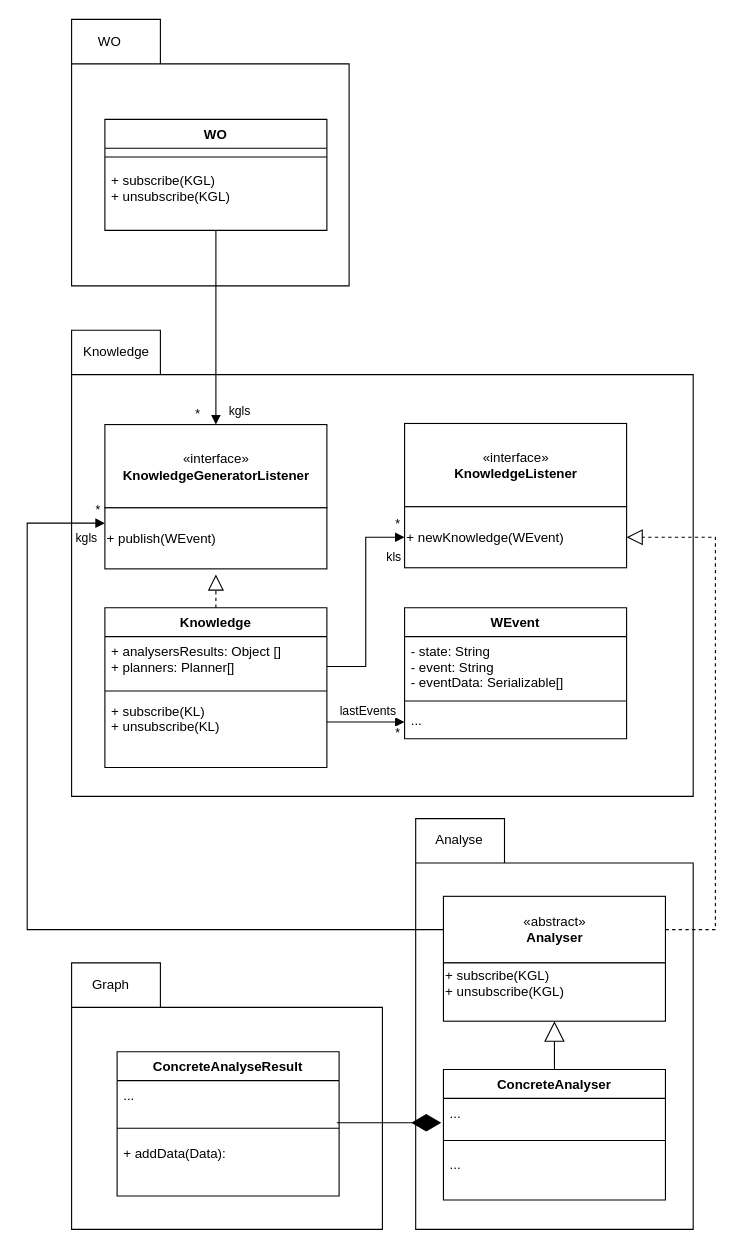
Before: fig/drawio/static_model_MAK.drawio in Sylv-Lej/thesis-separation-concerns, a draw.io diagram. Source tidied: cells renumbered, new cells numbered last; positions are measured from the earlier drawing's top-left corner, leaving out a move shared by most shapes. Both pictures are drawn from the tidied source at 111%, with x=0, y=0 at pixel (27, 19).
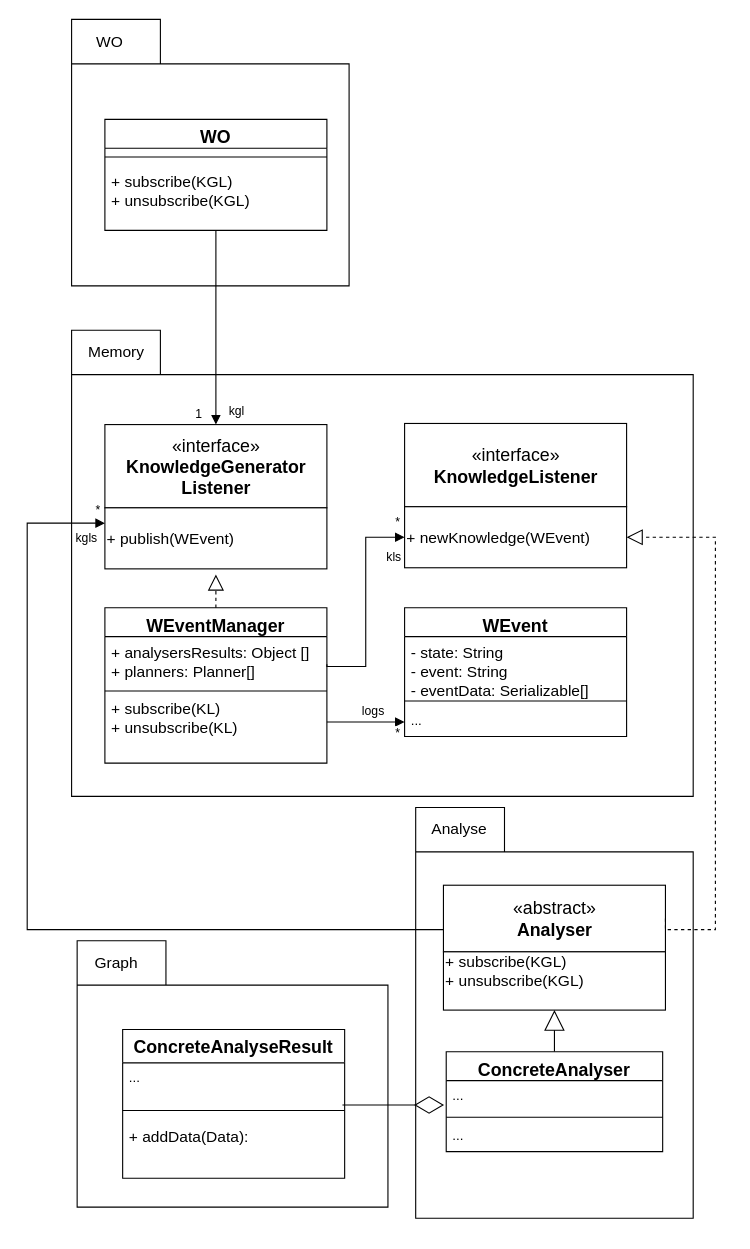
Above is the later version.

Unchanged cells that the change refers to:
```xml
<mxCell id="10" style="group;" parent="1" vertex="1">
  <mxGeometry x="40" y="280" width="560" height="420" as="geometry" />
</mxCell>
<mxCell id="17" style="group;" parent="1" vertex="1">
  <mxGeometry x="70" y="365" width="200" height="130" as="geometry" />
</mxCell>
<mxCell id="24" style="group;" parent="1" vertex="1">
  <mxGeometry x="340" y="364" width="200" height="130" as="geometry" />
</mxCell>
<mxCell id="30" style="group;" parent="27" vertex="1">
  <mxGeometry x="25" y="70" width="200" height="112.5" as="geometry" />
</mxCell>
```

Diff of the diagram source:
```diff
@@
     <mxCell id="2" style="group;" parent="1" vertex="1">
-      <mxGeometry x="90" y="748.8" width="280" height="240" as="geometry" />
+      <mxGeometry x="45" y="830" width="280" height="240" as="geometry" />
     </mxCell>
     <mxCell id="3" style="group;" parent="2" vertex="1">
-      <mxGeometry x="-50" y="101.2" width="280" height="240" as="geometry" />
+      <mxGeometry width="280" height="240" as="geometry" />
     </mxCell>
@@
-    <mxCell id="5" value="Graph" style="text;html=1;align=center;verticalAlign=middle;strokeColor=none;" parent="3" vertex="1">
+    <mxCell id="5" value="&lt;font style=&quot;font-size: 14px&quot;&gt;Graph&lt;/font&gt;" style="text;html=1;align=center;verticalAlign=middle;strokeColor=none;" parent="3" vertex="1">
       <mxGeometry x="10" y="10" width="50" height="20" as="geometry" />
     </mxCell>
-    <mxCell id="6" value="ConcreteAnalyseResult" style="swimlane;fontStyle=1;align=center;verticalAlign=top;horizontal=1;startSize=26;" parent="3" vertex="1">
-      <mxGeometry x="41" y="80" width="200" height="130" as="geometry" />
+    <mxCell id="6" value="ConcreteAnalyseResult" style="swimlane;fontStyle=1;align=center;verticalAlign=top;horizontal=1;startSize=30;fontSize=16;" parent="3" vertex="1">
+      <mxGeometry x="41" y="80" width="200" height="134" as="geometry" />
     </mxCell>
     <mxCell id="7" value="..." style="text;strokeColor=none;fillColor=none;align=left;verticalAlign=top;spacingLeft=4;spacingRight=4;overflow=hidden;points=[[0,0.5],[1,0.5]];portConstraint=eastwest;" parent="6" vertex="1">
-      <mxGeometry y="26" width="200" height="34" as="geometry" />
+      <mxGeometry y="30" width="200" height="34" as="geometry" />
     </mxCell>
     <mxCell id="8" style="line;strokeWidth=1;fillColor=none;align=left;verticalAlign=middle;spacingTop=-1;spacingLeft=3;spacingRight=3;labelPosition=right;" parent="6" vertex="1">
-      <mxGeometry y="60" width="200" height="18" as="geometry" />
+      <mxGeometry y="64" width="200" height="18" as="geometry" />
     </mxCell>
-    <mxCell id="9" value="+ addData(Data):" style="text;strokeColor=none;fillColor=none;align=left;verticalAlign=top;spacingLeft=4;spacingRight=4;overflow=hidden;" parent="6" vertex="1">
-      <mxGeometry y="78" width="200" height="52" as="geometry" />
+    <mxCell id="9" value="+ addData(Data):" style="text;strokeColor=none;fillColor=none;align=left;verticalAlign=top;spacingLeft=4;spacingRight=4;overflow=hidden;fontSize=14;" parent="6" vertex="1">
+      <mxGeometry y="82" width="200" height="52" as="geometry" />
     </mxCell>
@@
-    <mxCell id="12" value="Knowledge" style="text;html=1;align=center;verticalAlign=middle;strokeColor=none;" parent="10" vertex="1">
+    <mxCell id="12" value="&lt;font style=&quot;font-size: 14px&quot;&gt;Memory&lt;/font&gt;" style="text;html=1;align=center;verticalAlign=middle;strokeColor=none;" parent="10" vertex="1">
       <mxGeometry x="5" y="10" width="70" height="20" as="geometry" />
     </mxCell>
@@
-    <mxCell id="14" value="Knowledge" style="swimlane;fontStyle=1;align=center;verticalAlign=top;horizontal=1;startSize=26;" parent="1" vertex="1">
-      <mxGeometry x="70" y="530" width="200" height="144" as="geometry" />
+    <mxCell id="14" value="WEventManager" style="swimlane;fontStyle=1;align=center;verticalAlign=top;horizontal=1;startSize=26;fontSize=16;" parent="1" vertex="1">
+      <mxGeometry x="70" y="530" width="200" height="140" as="geometry" />
     </mxCell>
-    <mxCell id="15" value="+ analysersResults: Object []&#10;+ planners: Planner[]" style="text;strokeColor=none;fillColor=none;align=left;verticalAlign=top;spacingLeft=4;spacingRight=4;overflow=hidden;points=[[0,0.5],[1,0.5]];portConstraint=eastwest;" parent="14" vertex="1">
-      <mxGeometry y="26" width="200" height="54" as="geometry" />
+    <mxCell id="15" value="+ analysersResults: Object []&#10;+ planners: Planner[]" style="text;strokeColor=none;fillColor=none;align=left;verticalAlign=top;spacingLeft=4;spacingRight=4;overflow=hidden;points=[[0,0.5],[1,0.5]];portConstraint=eastwest;fontSize=14;" parent="14" vertex="1">
+      <mxGeometry y="26" width="200" height="50" as="geometry" />
     </mxCell>
-    <mxCell id="16" value="+ subscribe(KL)&#10;+ unsubscribe(KL)&#10;" style="text;strokeColor=none;fillColor=none;align=left;verticalAlign=top;spacingLeft=4;spacingRight=4;overflow=hidden;" parent="14" vertex="1">
-      <mxGeometry y="80" width="200" height="64" as="geometry" />
+    <mxCell id="16" value="+ subscribe(KL)&#10;+ unsubscribe(KL)&#10;" style="text;strokeColor=none;fillColor=none;align=left;verticalAlign=top;spacingLeft=4;spacingRight=4;overflow=hidden;fontSize=14;" parent="14" vertex="1">
+      <mxGeometry y="76" width="200" height="64" as="geometry" />
     </mxCell>
@@
-    <mxCell id="18" value="«interface»&lt;br&gt;&lt;span style=&quot;font-weight: 700&quot;&gt;KnowledgeGeneratorListener&lt;/span&gt;" style="html=1;" parent="17" vertex="1">
+    <mxCell id="18" value="&lt;font style=&quot;font-size: 16px&quot;&gt;«interface»&lt;br&gt;&lt;span style=&quot;font-weight: 700&quot;&gt;KnowledgeGenerator&lt;br&gt;Listener&lt;/span&gt;&lt;/font&gt;" style="html=1;" parent="17" vertex="1">
       <mxGeometry width="200" height="75" as="geometry" />
     </mxCell>
-    <mxCell id="19" value="+ publish(WEvent)" style="html=1;align=left;" parent="17" vertex="1">
+    <mxCell id="19" value="&lt;font style=&quot;font-size: 14px&quot;&gt;+ publish(WEvent)&lt;/font&gt;" style="html=1;align=left;" parent="17" vertex="1">
       <mxGeometry y="75" width="200" height="55" as="geometry" />
     </mxCell>
-    <mxCell id="20" value="WEvent" style="swimlane;fontStyle=1;align=center;verticalAlign=top;horizontal=1;startSize=26;" parent="1" vertex="1">
-      <mxGeometry x="340" y="530" width="200" height="118" as="geometry" />
+    <mxCell id="20" value="WEvent" style="swimlane;fontStyle=1;align=center;verticalAlign=top;horizontal=1;startSize=26;fontSize=16;" parent="1" vertex="1">
+      <mxGeometry x="340" y="530" width="200" height="116" as="geometry" />
     </mxCell>
-    <mxCell id="21" value="- state: String&#10;- event: String&#10;- eventData: Serializable[]" style="text;strokeColor=none;fillColor=none;align=left;verticalAlign=top;spacingLeft=4;spacingRight=4;overflow=hidden;" parent="20" vertex="1">
+    <mxCell id="21" value="- state: String&#10;- event: String&#10;- eventData: Serializable[]" style="text;strokeColor=none;fillColor=none;align=left;verticalAlign=top;spacingLeft=4;spacingRight=4;overflow=hidden;fontSize=14;" parent="20" vertex="1">
       <mxGeometry y="26" width="200" height="54" as="geometry" />
     </mxCell>
@@
     <mxCell id="23" value="..." style="text;strokeColor=none;fillColor=none;align=left;verticalAlign=top;spacingLeft=4;spacingRight=4;overflow=hidden;" parent="20" vertex="1">
-      <mxGeometry y="88" width="200" height="30" as="geometry" />
+      <mxGeometry y="88" width="200" height="28" as="geometry" />
     </mxCell>
@@
-    <mxCell id="25" value="«interface»&lt;br&gt;&lt;span style=&quot;font-weight: 700&quot;&gt;KnowledgeListener&lt;/span&gt;" style="html=1;" parent="24" vertex="1">
+    <mxCell id="25" value="&lt;font style=&quot;font-size: 16px&quot;&gt;«interface»&lt;br&gt;&lt;span style=&quot;font-weight: 700&quot;&gt;KnowledgeListener&lt;/span&gt;&lt;/font&gt;" style="html=1;" parent="24" vertex="1">
       <mxGeometry width="200" height="75" as="geometry" />
     </mxCell>
-    <mxCell id="26" value="+ newKnowledge(WEvent)" style="html=1;align=left;" parent="24" vertex="1">
+    <mxCell id="26" value="&lt;font style=&quot;font-size: 14px&quot;&gt;+ newKnowledge(WEvent)&lt;/font&gt;" style="html=1;align=left;" parent="24" vertex="1">
       <mxGeometry y="75" width="200" height="55" as="geometry" />
     </mxCell>
     <mxCell id="27" style="group;" parent="1" vertex="1">
-      <mxGeometry x="350" y="720" width="250" height="370" as="geometry" />
+      <mxGeometry x="350" y="710" width="250" height="370" as="geometry" />
     </mxCell>
@@
-    <mxCell id="29" value="Analyse" style="text;html=1;align=center;verticalAlign=middle;strokeColor=none;" parent="27" vertex="1">
-      <mxGeometry x="8.9" y="8.8" width="60" height="20" as="geometry" />
+    <mxCell id="29" value="&lt;font style=&quot;font-size: 14px&quot;&gt;Analyse&lt;/font&gt;" style="text;html=1;align=center;verticalAlign=middle;strokeColor=none;" parent="27" vertex="1">
+      <mxGeometry x="3.9" y="8.8" width="70" height="20" as="geometry" />
     </mxCell>
@@
-    <mxCell id="31" value="«abstract»&lt;br&gt;&lt;span style=&quot;font-weight: 700&quot;&gt;Analyser&lt;/span&gt;" style="html=1;" parent="30" vertex="1">
+    <mxCell id="31" value="&lt;font style=&quot;font-size: 16px&quot;&gt;«abstract»&lt;br&gt;&lt;span style=&quot;font-weight: 700&quot;&gt;Analyser&lt;/span&gt;&lt;/font&gt;" style="html=1;" parent="30" vertex="1">
       <mxGeometry width="200" height="60" as="geometry" />
     </mxCell>
-    <mxCell id="32" value="+ subscribe(KGL)&lt;br style=&quot;padding: 0px ; margin: 0px&quot;&gt;+ unsubscribe(KGL)&lt;div style=&quot;padding: 0px ; margin: 0px&quot;&gt;&lt;br style=&quot;padding: 0px ; margin: 0px&quot;&gt;&lt;/div&gt;" style="html=1;align=left;" parent="30" vertex="1">
+    <mxCell id="32" value="&lt;font style=&quot;font-size: 14px&quot;&gt;+ subscribe(KGL)&lt;br style=&quot;padding: 0px ; margin: 0px&quot;&gt;+ unsubscribe(KGL)&lt;/font&gt;&lt;div style=&quot;padding: 0px ; margin: 0px ; font-size: 14px&quot;&gt;&lt;br style=&quot;padding: 0px ; margin: 0px&quot;&gt;&lt;/div&gt;" style="html=1;align=left;" parent="30" vertex="1">
       <mxGeometry y="60" width="200" height="52.5" as="geometry" />
     </mxCell>
+    <mxCell id="37" style="endArrow=block;endSize=16;endFill=0;html=1;rounded=0;exitX=0.5;exitY=0;exitDx=0;exitDy=0;entryX=0.5;entryY=1;entryDx=0;entryDy=0;" parent="27" edge="1" source="33" target="32">
+      <mxGeometry relative="1" as="geometry" />
+    </mxCell>
-    <mxCell id="33" value="ConcreteAnalyser" style="swimlane;fontStyle=1;align=center;verticalAlign=top;horizontal=1;startSize=26;" parent="27" vertex="1">
-      <mxGeometry x="25" y="226" width="200" height="117.6" as="geometry" />
+    <mxCell id="33" value="ConcreteAnalyser" style="swimlane;fontStyle=1;align=center;verticalAlign=top;horizontal=1;startSize=26;fontSize=16;" parent="27" vertex="1">
+      <mxGeometry x="27.5" y="220" width="195" height="90" as="geometry" />
     </mxCell>
     <mxCell id="34" value="..." style="text;strokeColor=none;fillColor=none;align=left;verticalAlign=top;spacingLeft=4;spacingRight=4;overflow=hidden;points=[[0,0.5],[1,0.5]];portConstraint=eastwest;" parent="33" vertex="1">
-      <mxGeometry y="26" width="200" height="30" as="geometry" />
+      <mxGeometry y="26" width="195" height="30" as="geometry" />
     </mxCell>
     <mxCell id="35" style="line;strokeWidth=1;fillColor=none;align=left;verticalAlign=middle;spacingTop=-1;spacingLeft=3;spacingRight=3;labelPosition=right;" parent="33" vertex="1">
-      <mxGeometry y="56" width="200" height="15.9" as="geometry" />
+      <mxGeometry y="56" width="195" height="6" as="geometry" />
     </mxCell>
     <mxCell id="36" value="..." style="text;strokeColor=none;fillColor=none;align=left;verticalAlign=top;spacingLeft=4;spacingRight=4;overflow=hidden;" parent="33" vertex="1">
-      <mxGeometry y="71.8" width="200" height="45.8" as="geometry" />
+      <mxGeometry y="61.9" width="195" height="28.1" as="geometry" />
     </mxCell>
-    <mxCell id="37" style="endArrow=block;endSize=16;endFill=0;html=1;rounded=0;exitX=0.5;exitY=0;exitDx=0;exitDy=0;" parent="27" edge="1" source="33" target="32">
-      <mxGeometry relative="1" as="geometry" />
-    </mxCell>
@@
-    <mxCell id="39" value="WO" style="text;html=1;align=center;verticalAlign=middle;strokeColor=none;" parent="1" vertex="1">
+    <mxCell id="39" value="&lt;font style=&quot;font-size: 14px&quot;&gt;WO&lt;/font&gt;" style="text;html=1;align=center;verticalAlign=middle;strokeColor=none;" parent="1" vertex="1">
       <mxGeometry x="54" y="10" width="40" height="20" as="geometry" />
     </mxCell>
-    <mxCell id="40" value="WO" style="swimlane;fontStyle=1;align=center;verticalAlign=top;horizontal=1;startSize=26;" parent="1" vertex="1">
+    <mxCell id="40" value="WO" style="swimlane;fontStyle=1;align=center;verticalAlign=top;horizontal=1;startSize=26;fontSize=16;" parent="1" vertex="1">
       <mxGeometry x="70" y="90" width="200" height="100" as="geometry" />
     </mxCell>
@@
-    <mxCell id="42" value="+ subscribe(KGL)&#10;+ unsubscribe(KGL)&#10;" style="text;strokeColor=none;fillColor=none;align=left;verticalAlign=top;spacingLeft=4;spacingRight=4;overflow=hidden;" parent="40" vertex="1">
+    <mxCell id="42" value="+ subscribe(KGL)&#10;+ unsubscribe(KGL)&#10;" style="text;strokeColor=none;fillColor=none;align=left;verticalAlign=top;spacingLeft=4;spacingRight=4;overflow=hidden;fontSize=14;" parent="40" vertex="1">
       <mxGeometry y="41.9" width="200" height="58.2" as="geometry" />
     </mxCell>
-    <mxCell id="43" value="kgls" style="endArrow=block;endFill=1;html=1;align=left;verticalAlign=top;rounded=0;entryX=0.5;entryY=0;entryDx=0;entryDy=0;" parent="1" edge="1" target="18">
+    <mxCell id="43" value="kgl" style="endArrow=block;endFill=1;html=1;align=left;verticalAlign=top;rounded=0;entryX=0.5;entryY=0;entryDx=0;entryDy=0;" parent="1" edge="1" target="18">
       <mxGeometry x="0.71" y="10" relative="1" as="geometry">
         <mxPoint x="170" y="190" as="sourcePoint" />
       </mxGeometry>
     </mxCell>
-    <mxCell id="44" value="*" style="edgeLabel;html=1;align=left;verticalAlign=bottom;" parent="43" vertex="1">
+    <mxCell id="44" value="1" style="edgeLabel;html=1;align=left;verticalAlign=bottom;" parent="43" vertex="1">
       <mxGeometry x="-1" relative="1" as="geometry">
         <mxPoint x="-20" y="174" as="offset" />
       </mxGeometry>
     </mxCell>
@@
-    <mxCell id="51" value="lastEvents" style="endArrow=block;endFill=1;html=1;align=left;verticalAlign=top;rounded=0;entryX=0;entryY=0.5;entryDx=0;entryDy=0;" parent="1" edge="1">
-      <mxGeometry x="-0.71" y="23" relative="1" as="geometry">
+    <mxCell id="51" value="logs" style="endArrow=block;endFill=1;html=1;align=left;verticalAlign=top;rounded=0;entryX=0;entryY=0.5;entryDx=0;entryDy=0;" parent="1" edge="1">
+      <mxGeometry x="-0.14" y="23" relative="1" as="geometry">
         <mxPoint x="270" y="633" as="sourcePoint" />
         <mxPoint x="340" y="633" as="targetPoint" />
       </mxGeometry>
     </mxCell>
@@
-    <mxCell id="53" style="endArrow=diamondThin;endFill=1;endSize=24;html=1;rounded=0;entryX=-0.01;entryY=0.734;entryDx=0;entryDy=0;entryPerimeter=0;exitX=0.99;exitY=1.118;exitDx=0;exitDy=0;exitPerimeter=0;" parent="1" edge="1" source="7" target="34">
+    <mxCell id="53" style="endArrow=diamondThin;endFill=0;endSize=24;html=1;rounded=0;entryX=-0.01;entryY=0.734;entryDx=0;entryDy=0;entryPerimeter=0;exitX=0.99;exitY=1.118;exitDx=0;exitDy=0;exitPerimeter=0;" parent="1" edge="1" source="7" target="34">
       <mxGeometry relative="1" as="geometry" />
     </mxCell>
```
